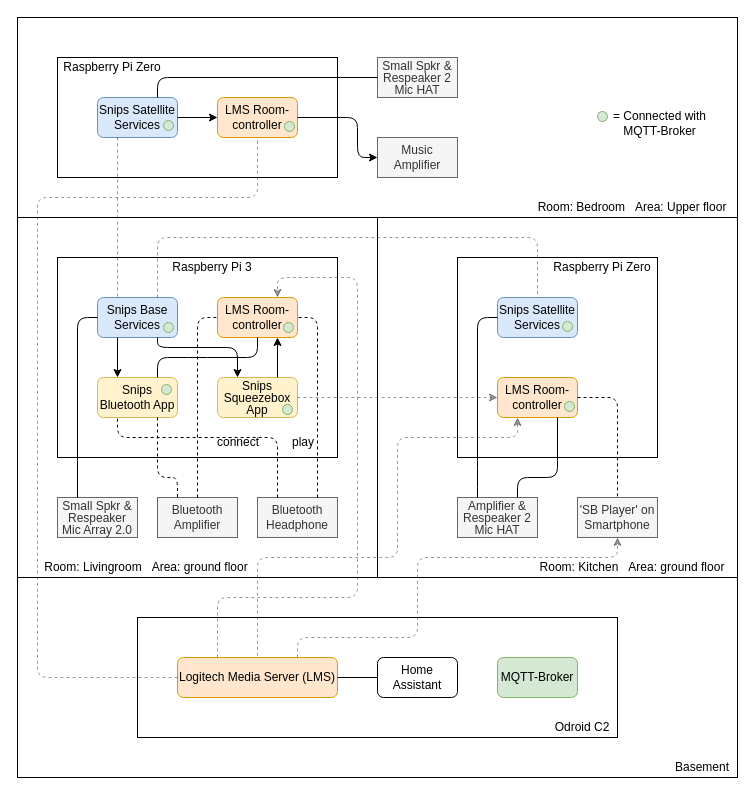
Above: resources/Device Setup.drawio in dominiczedler/Snips-Squeezebox (draw.io), before the change. Source tidied: cells renumbered, new cells numbered last; positions are measured from the earlier drawing's top-left corner, leaving out a move shared by most shapes. Both pictures are drawn from the tidied source at 100%, with x=0, y=0 at pixel (17, 17).
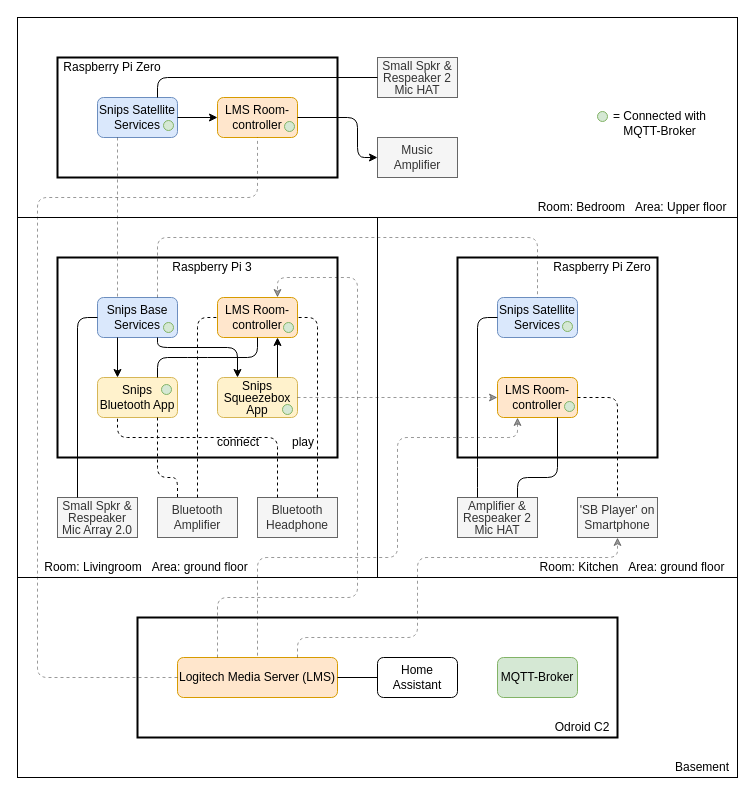
The same diagram, later.

Diff of the diagram source:
```diff
@@
+    <mxCell id="3" style="rounded=0;whiteSpace=wrap;html=1;fillColor=none;" parent="1" vertex="1">
+      <mxGeometry y="560" width="720" height="200" as="geometry" />
+    </mxCell>
-    <mxCell id="2" style="rounded=0;whiteSpace=wrap;html=1;fillColor=none;" parent="1" vertex="1">
+    <mxCell id="2" style="rounded=0;whiteSpace=wrap;html=1;fillColor=none;strokeWidth=2;" parent="1" vertex="1">
       <mxGeometry x="120" y="600" width="480" height="120" as="geometry" />
     </mxCell>
-    <mxCell id="3" style="rounded=0;whiteSpace=wrap;html=1;fillColor=none;" parent="1" vertex="1">
-      <mxGeometry y="560" width="720" height="200" as="geometry" />
-    </mxCell>
@@
-    <mxCell id="8" style="rounded=0;whiteSpace=wrap;html=1;fillColor=none;" parent="1" vertex="1">
+    <mxCell id="8" style="rounded=0;whiteSpace=wrap;html=1;fillColor=none;strokeWidth=2;" parent="1" vertex="1">
       <mxGeometry x="40" y="240" width="280" height="200" as="geometry" />
     </mxCell>
-    <mxCell id="9" style="rounded=0;whiteSpace=wrap;html=1;fillColor=none;" parent="1" vertex="1">
+    <mxCell id="9" style="rounded=0;whiteSpace=wrap;html=1;fillColor=none;strokeWidth=2;" parent="1" vertex="1">
       <mxGeometry x="440" y="240" width="200" height="200" as="geometry" />
     </mxCell>
@@
-    <mxCell id="53" style="rounded=0;whiteSpace=wrap;html=1;fillColor=none;" parent="1" vertex="1">
+    <mxCell id="53" style="rounded=0;whiteSpace=wrap;html=1;fillColor=none;strokeWidth=2;" parent="1" vertex="1">
       <mxGeometry x="40" y="40" width="280" height="120" as="geometry" />
     </mxCell>
```
